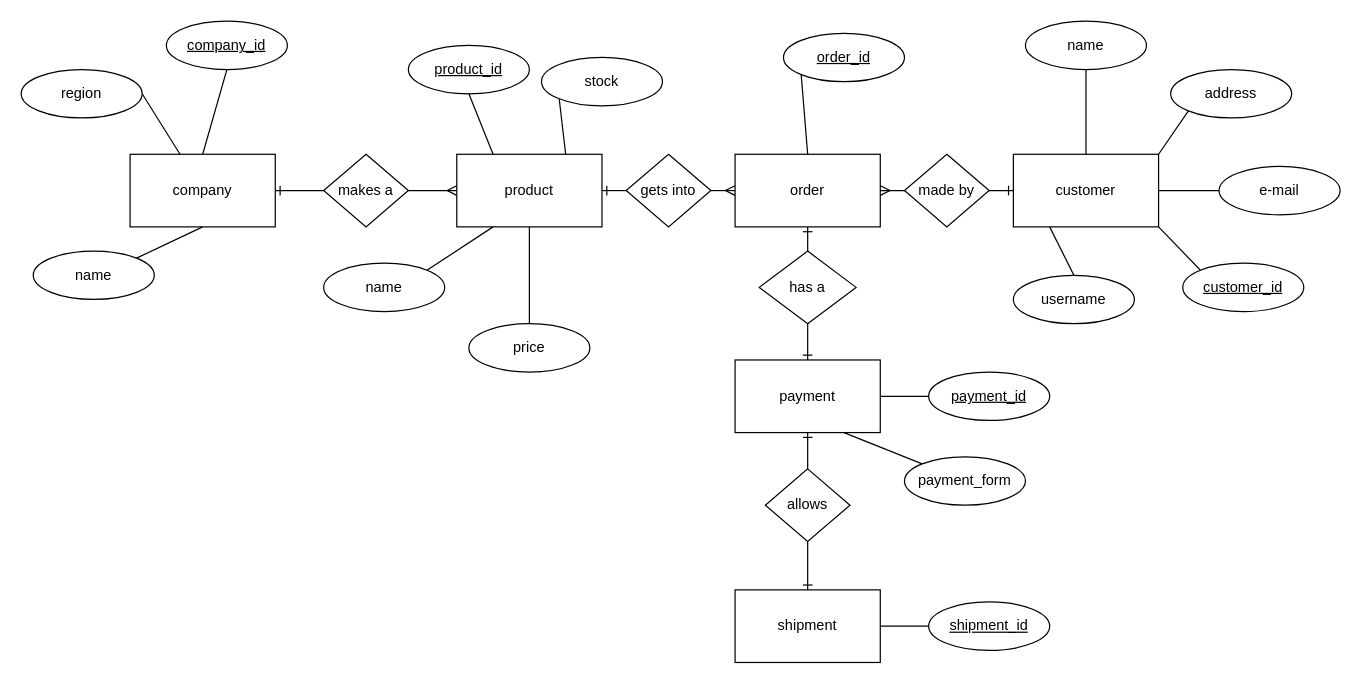
KateKatze/BE15_CR9_KateK keeps this draw.io diagram as Diagrams/ER diagram.drawio. Above is the earlier version. Source tidied: cells renumbered, new cells numbered last; positions are measured from the earlier drawing's top-left corner, leaving out a move shared by most shapes. Both pictures are drawn from the tidied source at 121%, with x=0, y=0 at pixel (21, 21).
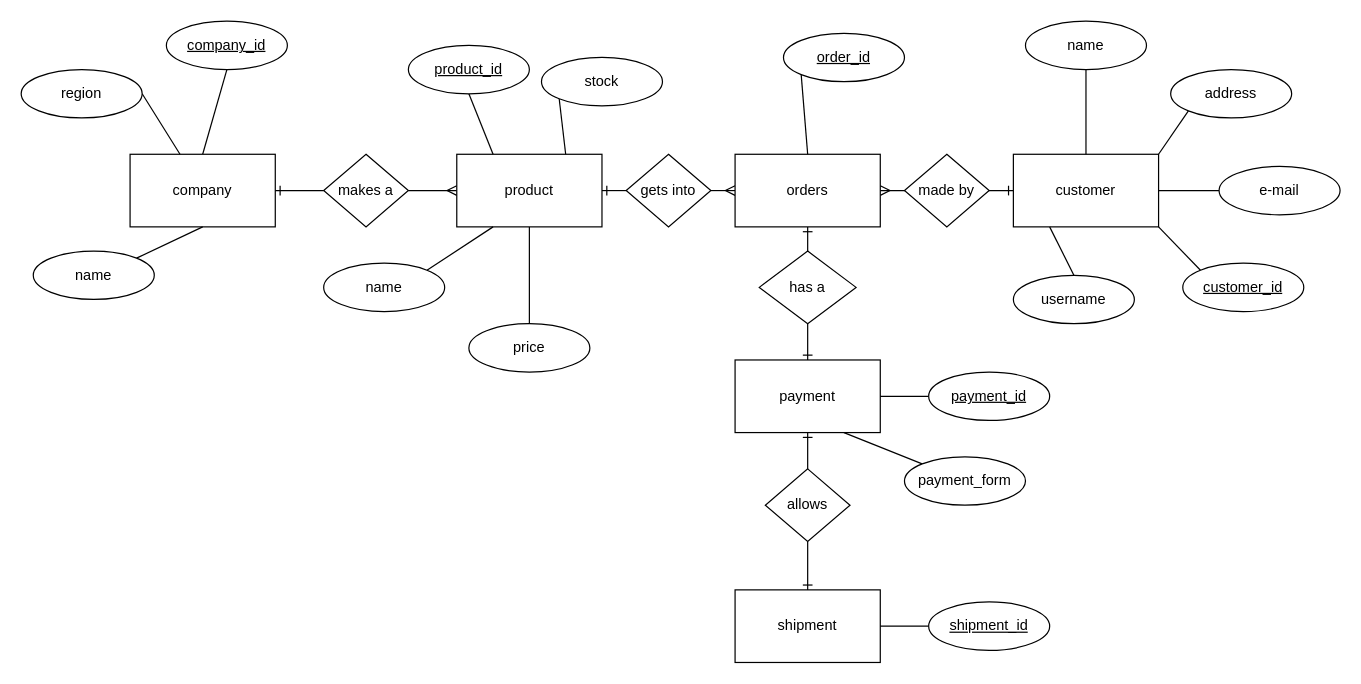
The same page after the edit.

What changed in the source:
```diff
@@
-    <mxCell id="10" value="order" style="rounded=0;whiteSpace=wrap;html=1;" parent="1" vertex="1">
+    <mxCell id="10" value="orders" style="rounded=0;whiteSpace=wrap;html=1;" parent="1" vertex="1">
       <mxGeometry x="590" y="110" width="120" height="60" as="geometry" />
     </mxCell>
```
